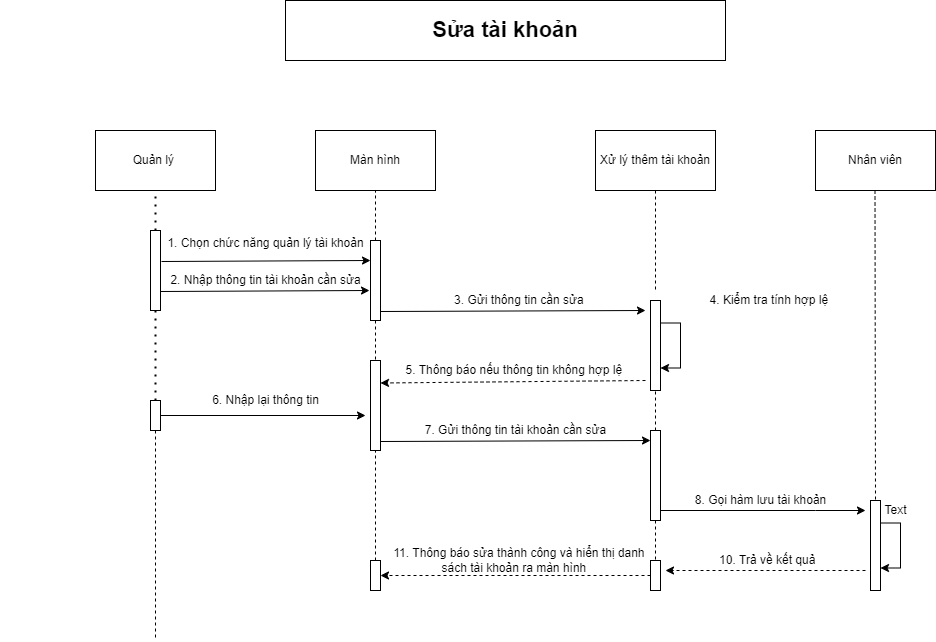
Earlier version of the draw.io export Word/Sequence_Acc_Bill/PNG/suaAcc.drawio.png (hungtadasuke/CoffeShop_SoftwareTechnology). Source tidied: cells renumbered, new cells last; positions are measured from the earlier drawing's top-left corner, leaving out a move shared by most shapes. Its diagram source:
```xml
<mxGraphModel>
  <root>
    <mxCell id="0" />
    <mxCell id="1" parent="0" />
    <mxCell id="2" value="&lt;b&gt;&lt;font style=&quot;font-size: 22px&quot;&gt;Sửa tài khoản&lt;/font&gt;&lt;/b&gt;" style="rounded=0;whiteSpace=wrap;html=1;" parent="1" vertex="1">
      <mxGeometry x="285" width="440" height="60" as="geometry" />
    </mxCell>
    <mxCell id="3" value="Quản lý&amp;nbsp;" style="rounded=0;whiteSpace=wrap;html=1;" parent="1" vertex="1">
      <mxGeometry x="95" y="130" width="120" height="60" as="geometry" />
    </mxCell>
    <mxCell id="4" value="Màn hình" style="rounded=0;whiteSpace=wrap;html=1;" parent="1" vertex="1">
      <mxGeometry x="315" y="130" width="120" height="60" as="geometry" />
    </mxCell>
    <mxCell id="5" value="Xử lý thêm tài khoản" style="rounded=0;whiteSpace=wrap;html=1;" parent="1" vertex="1">
      <mxGeometry x="595" y="130" width="120" height="60" as="geometry" />
    </mxCell>
    <mxCell id="6" value="Nhân viên" style="rounded=0;whiteSpace=wrap;html=1;" parent="1" vertex="1">
      <mxGeometry x="815" y="130" width="120" height="60" as="geometry" />
    </mxCell>
    <mxCell id="7" style="rounded=0;whiteSpace=wrap;html=1;" parent="1" vertex="1">
      <mxGeometry x="150" y="230" width="10" height="80" as="geometry" />
    </mxCell>
    <mxCell id="8" style="edgeStyle=orthogonalEdgeStyle;rounded=0;jettySize=auto;html=1;entryX=1;entryY=0.5;entryDx=0;entryDy=0;dashed=1;" parent="1" edge="1" source="9" target="16">
      <mxGeometry relative="1" as="geometry" />
    </mxCell>
    <mxCell id="9" style="rounded=0;whiteSpace=wrap;html=1;" parent="1" vertex="1">
      <mxGeometry x="650" y="560" width="10" height="30" as="geometry" />
    </mxCell>
    <mxCell id="10" style="rounded=0;whiteSpace=wrap;html=1;" parent="1" vertex="1">
      <mxGeometry x="370" y="360" width="10" height="90" as="geometry" />
    </mxCell>
    <mxCell id="11" style="rounded=0;whiteSpace=wrap;html=1;" parent="1" vertex="1">
      <mxGeometry x="370" y="240" width="10" height="80" as="geometry" />
    </mxCell>
    <mxCell id="12" style="edgeStyle=orthogonalEdgeStyle;rounded=0;jettySize=auto;html=1;exitX=1;exitY=1;exitDx=0;exitDy=0;" parent="1" edge="1" source="13">
      <mxGeometry relative="1" as="geometry">
        <mxPoint x="865" y="510" as="targetPoint" />
        <Array as="points">
          <mxPoint x="815" y="510" />
          <mxPoint x="815" y="510" />
        </Array>
      </mxGeometry>
    </mxCell>
    <mxCell id="13" style="rounded=0;whiteSpace=wrap;html=1;" parent="1" vertex="1">
      <mxGeometry x="650" y="430" width="10" height="90" as="geometry" />
    </mxCell>
    <mxCell id="14" style="rounded=0;whiteSpace=wrap;html=1;" parent="1" vertex="1">
      <mxGeometry x="650" y="300" width="10" height="90" as="geometry" />
    </mxCell>
    <mxCell id="15" style="rounded=0;whiteSpace=wrap;html=1;" parent="1" vertex="1">
      <mxGeometry x="870" y="500" width="10" height="90" as="geometry" />
    </mxCell>
    <mxCell id="16" style="rounded=0;whiteSpace=wrap;html=1;" parent="1" vertex="1">
      <mxGeometry x="370" y="560" width="10" height="30" as="geometry" />
    </mxCell>
    <mxCell id="17" style="rounded=0;whiteSpace=wrap;html=1;" parent="1" vertex="1">
      <mxGeometry x="150" y="400" width="10" height="30" as="geometry" />
    </mxCell>
    <mxCell id="18" style="endArrow=none;dashed=1;html=1;dashPattern=1 3;strokeWidth=2;rounded=0;entryX=0.5;entryY=1;entryDx=0;entryDy=0;exitX=0.5;exitY=0;exitDx=0;exitDy=0;" parent="1" edge="1" source="7" target="3">
      <mxGeometry relative="1" as="geometry" />
    </mxCell>
    <mxCell id="19" style="endArrow=none;dashed=1;html=1;dashPattern=1 3;strokeWidth=2;rounded=0;entryX=0.5;entryY=0;entryDx=0;entryDy=0;exitX=0.5;exitY=1;exitDx=0;exitDy=0;" parent="1" edge="1" source="7" target="17">
      <mxGeometry relative="1" as="geometry" />
    </mxCell>
    <mxCell id="20" style="endArrow=none;dashed=1;html=1;rounded=0;exitX=0.5;exitY=1;exitDx=0;exitDy=0;" parent="1" edge="1" source="17">
      <mxGeometry relative="1" as="geometry">
        <mxPoint x="155" y="640" as="targetPoint" />
      </mxGeometry>
    </mxCell>
    <mxCell id="21" style="endArrow=none;dashed=1;html=1;rounded=0;entryX=0.5;entryY=1;entryDx=0;entryDy=0;exitX=0.5;exitY=0;exitDx=0;exitDy=0;" parent="1" edge="1" source="11" target="4">
      <mxGeometry relative="1" as="geometry" />
    </mxCell>
    <mxCell id="22" style="endArrow=none;dashed=1;html=1;rounded=0;exitX=0.5;exitY=1;exitDx=0;exitDy=0;" parent="1" edge="1" source="5">
      <mxGeometry relative="1" as="geometry">
        <mxPoint x="655" y="290" as="targetPoint" />
      </mxGeometry>
    </mxCell>
    <mxCell id="23" style="endArrow=none;dashed=1;html=1;rounded=0;" parent="1" edge="1">
      <mxGeometry relative="1" as="geometry">
        <mxPoint x="375" y="560" as="sourcePoint" />
        <mxPoint x="375" y="450" as="targetPoint" />
      </mxGeometry>
    </mxCell>
    <mxCell id="24" style="endArrow=none;dashed=1;html=1;rounded=0;entryX=0.5;entryY=0;entryDx=0;entryDy=0;exitX=0.5;exitY=1;exitDx=0;exitDy=0;" parent="1" edge="1" source="11" target="10">
      <mxGeometry relative="1" as="geometry" />
    </mxCell>
    <mxCell id="25" style="endArrow=none;dashed=1;html=1;rounded=0;entryX=0.5;entryY=1;entryDx=0;entryDy=0;exitX=0.5;exitY=0;exitDx=0;exitDy=0;" parent="1" edge="1" source="13" target="14">
      <mxGeometry relative="1" as="geometry" />
    </mxCell>
    <mxCell id="26" style="endArrow=none;dashed=1;html=1;rounded=0;" parent="1" edge="1">
      <mxGeometry relative="1" as="geometry">
        <mxPoint x="655" y="520" as="sourcePoint" />
        <mxPoint x="655" y="560" as="targetPoint" />
      </mxGeometry>
    </mxCell>
    <mxCell id="27" style="endArrow=none;dashed=1;html=1;rounded=0;exitX=0.5;exitY=1;exitDx=0;exitDy=0;" parent="1" edge="1">
      <mxGeometry relative="1" as="geometry">
        <mxPoint x="874.5" y="190" as="sourcePoint" />
        <mxPoint x="875" y="500" as="targetPoint" />
      </mxGeometry>
    </mxCell>
    <mxCell id="28" style="edgeStyle=orthogonalEdgeStyle;rounded=0;orthogonalLoop=1;jettySize=auto;html=1;exitX=1;exitY=0.25;exitDx=0;exitDy=0;entryX=1;entryY=0.75;entryDx=0;entryDy=0;" parent="1" edge="1" source="14" target="14">
      <mxGeometry relative="1" as="geometry" />
    </mxCell>
    <mxCell id="29" style="edgeStyle=orthogonalEdgeStyle;rounded=0;orthogonalLoop=1;jettySize=auto;html=1;exitX=1;exitY=0.25;exitDx=0;exitDy=0;entryX=1;entryY=0.75;entryDx=0;entryDy=0;" parent="1" edge="1" source="15" target="15">
      <mxGeometry relative="1" as="geometry" />
    </mxCell>
    <mxCell id="30" style="endArrow=classic;html=1;rounded=0;exitX=1;exitY=0.5;exitDx=0;exitDy=0;" parent="1" edge="1" source="17">
      <mxGeometry relative="1" as="geometry">
        <mxPoint x="365" y="415" as="targetPoint" />
      </mxGeometry>
    </mxCell>
    <mxCell id="31" style="endArrow=classic;html=1;rounded=0;exitX=1;exitY=0.5;exitDx=0;exitDy=0;entryX=-0.1;entryY=0.675;entryDx=0;entryDy=0;entryPerimeter=0;" parent="1" edge="1">
      <mxGeometry relative="1" as="geometry">
        <mxPoint x="161" y="261" as="sourcePoint" />
        <mxPoint x="370" y="260" as="targetPoint" />
      </mxGeometry>
    </mxCell>
    <mxCell id="32" style="endArrow=classic;html=1;rounded=0;exitX=1;exitY=0.5;exitDx=0;exitDy=0;entryX=-0.1;entryY=0.675;entryDx=0;entryDy=0;entryPerimeter=0;" parent="1" edge="1">
      <mxGeometry relative="1" as="geometry">
        <mxPoint x="160" y="291" as="sourcePoint" />
        <mxPoint x="369" y="290" as="targetPoint" />
      </mxGeometry>
    </mxCell>
    <mxCell id="33" style="endArrow=classic;html=1;rounded=0;exitX=1;exitY=0.5;exitDx=0;exitDy=0;" parent="1" edge="1">
      <mxGeometry relative="1" as="geometry">
        <mxPoint x="380" y="311" as="sourcePoint" />
        <mxPoint x="645" y="310" as="targetPoint" />
      </mxGeometry>
    </mxCell>
    <mxCell id="34" style="endArrow=classic;html=1;rounded=0;exitX=1;exitY=0.5;exitDx=0;exitDy=0;entryX=0;entryY=0;entryDx=0;entryDy=0;" parent="1" edge="1">
      <mxGeometry relative="1" as="geometry">
        <mxPoint x="380" y="441" as="sourcePoint" />
        <mxPoint x="650" y="440" as="targetPoint" />
      </mxGeometry>
    </mxCell>
    <mxCell id="35" style="endArrow=classic;html=1;rounded=0;entryX=1;entryY=0.25;entryDx=0;entryDy=0;dashed=1;" parent="1" edge="1" target="10">
      <mxGeometry relative="1" as="geometry">
        <mxPoint x="645" y="380" as="sourcePoint" />
      </mxGeometry>
    </mxCell>
    <mxCell id="36" style="endArrow=classic;html=1;rounded=0;dashed=1;" parent="1" edge="1">
      <mxGeometry relative="1" as="geometry">
        <mxPoint x="865" y="570" as="sourcePoint" />
        <mxPoint x="665" y="570" as="targetPoint" />
      </mxGeometry>
    </mxCell>
    <mxCell id="37" value="&lt;font style=&quot;font-size: 12px&quot;&gt;&amp;nbsp; &amp;nbsp; &amp;nbsp; &amp;nbsp; &amp;nbsp; &amp;nbsp; &amp;nbsp; &amp;nbsp; &amp;nbsp; &amp;nbsp; &amp;nbsp; &amp;nbsp; &amp;nbsp; &amp;nbsp; &amp;nbsp; &amp;nbsp; &amp;nbsp; &amp;nbsp; &amp;nbsp; &amp;nbsp; &amp;nbsp; 1. Chọn chức năng quản lý tài khoản&lt;/font&gt;" style="text;html=1;align=center;verticalAlign=middle;strokeColor=none;fillColor=none;fontSize=22;" parent="1" vertex="1">
      <mxGeometry x="20" y="220" width="350" height="40" as="geometry" />
    </mxCell>
    <mxCell id="38" value="&amp;nbsp; &amp;nbsp; &amp;nbsp; &amp;nbsp; &amp;nbsp; &amp;nbsp; &amp;nbsp; &amp;nbsp; &amp;nbsp; &amp;nbsp; &amp;nbsp; &amp;nbsp; &amp;nbsp; &amp;nbsp; &amp;nbsp; &amp;nbsp; &amp;nbsp; &amp;nbsp; &amp;nbsp; &amp;nbsp; &amp;nbsp; &amp;nbsp; &amp;nbsp; &amp;nbsp; 2. Nhập thông tin tài khoản cần sửa" style="text;html=1;align=center;verticalAlign=middle;strokeColor=none;fillColor=none;fontSize=12;" parent="1" vertex="1">
      <mxGeometry y="270" width="370" height="20" as="geometry" />
    </mxCell>
    <mxCell id="39" value="&amp;nbsp; &amp;nbsp; &amp;nbsp; &amp;nbsp; &amp;nbsp; &amp;nbsp; &amp;nbsp; &amp;nbsp; &amp;nbsp; &amp;nbsp; &amp;nbsp; &amp;nbsp; &amp;nbsp; &amp;nbsp; &amp;nbsp; &amp;nbsp; &amp;nbsp; &amp;nbsp; &amp;nbsp; &amp;nbsp; &amp;nbsp; &amp;nbsp; &amp;nbsp; &amp;nbsp; &amp;nbsp; &amp;nbsp; &amp;nbsp; 6. Nhập lại thông tin" style="text;html=1;align=center;verticalAlign=middle;strokeColor=none;fillColor=none;fontSize=12;" parent="1" vertex="1">
      <mxGeometry x="25" y="390" width="300" height="20" as="geometry" />
    </mxCell>
    <mxCell id="40" value="&amp;nbsp; &amp;nbsp; &amp;nbsp; &amp;nbsp; &amp;nbsp; &amp;nbsp; &amp;nbsp; &amp;nbsp; &amp;nbsp; &amp;nbsp; &amp;nbsp; &amp;nbsp; &amp;nbsp; &amp;nbsp; &amp;nbsp; &amp;nbsp; &amp;nbsp; &amp;nbsp; &amp;nbsp; &amp;nbsp; &amp;nbsp; &amp;nbsp; &amp;nbsp; &amp;nbsp; &amp;nbsp; &amp;nbsp; &amp;nbsp; &amp;nbsp; &amp;nbsp; &amp;nbsp; &amp;nbsp; &amp;nbsp; &amp;nbsp; &amp;nbsp; &amp;nbsp; &amp;nbsp; &amp;nbsp; 3. Gửi thông tin cần sửa" style="text;html=1;align=center;verticalAlign=middle;strokeColor=none;fillColor=none;fontSize=12;" parent="1" vertex="1">
      <mxGeometry x="200" y="290" width="390" height="20" as="geometry" />
    </mxCell>
    <mxCell id="41" value="&amp;nbsp; &amp;nbsp; &amp;nbsp; &amp;nbsp; &amp;nbsp; &amp;nbsp; &amp;nbsp; &amp;nbsp; &amp;nbsp; &amp;nbsp; &amp;nbsp; &amp;nbsp; &amp;nbsp; &amp;nbsp; &amp;nbsp; &amp;nbsp; &amp;nbsp; &amp;nbsp; &amp;nbsp; &amp;nbsp; &amp;nbsp; &amp;nbsp; &amp;nbsp; &amp;nbsp; &amp;nbsp; &amp;nbsp; &amp;nbsp; &amp;nbsp; &amp;nbsp; &amp;nbsp; &amp;nbsp; &amp;nbsp; &amp;nbsp;5.&amp;nbsp;Thông báo nếu thông tin không hợp lệ" style="text;html=1;align=center;verticalAlign=middle;strokeColor=none;fillColor=none;fontSize=12;" parent="1" vertex="1">
      <mxGeometry x="180" y="360" width="450" height="20" as="geometry" />
    </mxCell>
    <mxCell id="42" value="&amp;nbsp; &amp;nbsp; &amp;nbsp; &amp;nbsp; &amp;nbsp; &amp;nbsp; &amp;nbsp; &amp;nbsp; &amp;nbsp; &amp;nbsp; &amp;nbsp; &amp;nbsp; &amp;nbsp; &amp;nbsp; &amp;nbsp; &amp;nbsp; &amp;nbsp; &amp;nbsp; &amp;nbsp; &amp;nbsp; &amp;nbsp; &amp;nbsp; &amp;nbsp; &amp;nbsp; &amp;nbsp; &amp;nbsp; &amp;nbsp; &amp;nbsp; &amp;nbsp; &amp;nbsp; &amp;nbsp; &amp;nbsp; &amp;nbsp; 7. Gửi thông tin tài khoản cần sửa" style="text;html=1;align=center;verticalAlign=middle;strokeColor=none;fillColor=none;fontSize=12;" parent="1" vertex="1">
      <mxGeometry x="195" y="420" width="420" height="20" as="geometry" />
    </mxCell>
    <mxCell id="43" value="&amp;nbsp; &amp;nbsp; &amp;nbsp; &amp;nbsp; &amp;nbsp; &amp;nbsp; &amp;nbsp; &amp;nbsp; &amp;nbsp; &amp;nbsp; &amp;nbsp; &amp;nbsp; &amp;nbsp; &amp;nbsp; &amp;nbsp; &amp;nbsp; &amp;nbsp; &amp;nbsp; &amp;nbsp; &amp;nbsp; &amp;nbsp; &amp;nbsp; &amp;nbsp; &amp;nbsp; &amp;nbsp; &amp;nbsp; &amp;nbsp; &amp;nbsp; &amp;nbsp; &amp;nbsp; &amp;nbsp; &amp;nbsp; &amp;nbsp; &amp;nbsp; &amp;nbsp; &amp;nbsp; &amp;nbsp; 11. Thông báo sửa thành công và hiển thị danh&lt;br&gt;&amp;nbsp; &amp;nbsp; &amp;nbsp; &amp;nbsp; &amp;nbsp; &amp;nbsp; &amp;nbsp; &amp;nbsp; &amp;nbsp; &amp;nbsp; &amp;nbsp; &amp;nbsp; &amp;nbsp; &amp;nbsp; &amp;nbsp; &amp;nbsp; &amp;nbsp; &amp;nbsp; &amp;nbsp; &amp;nbsp; &amp;nbsp; &amp;nbsp; &amp;nbsp; &amp;nbsp; &amp;nbsp; &amp;nbsp; &amp;nbsp; &amp;nbsp; &amp;nbsp; &amp;nbsp; &amp;nbsp; &amp;nbsp; &amp;nbsp; &amp;nbsp; &amp;nbsp; &amp;nbsp;sách tài khoản ra màn hình" style="text;html=1;align=center;verticalAlign=middle;strokeColor=none;fillColor=none;fontSize=12;" parent="1" vertex="1">
      <mxGeometry x="140" y="545" width="510" height="30" as="geometry" />
    </mxCell>
    <mxCell id="44" value="&amp;nbsp; &amp;nbsp; &amp;nbsp; &amp;nbsp; &amp;nbsp; &amp;nbsp; &amp;nbsp; &amp;nbsp; &amp;nbsp; &amp;nbsp; &amp;nbsp; &amp;nbsp; &amp;nbsp; &amp;nbsp; &amp;nbsp; &amp;nbsp; &amp;nbsp; &amp;nbsp; &amp;nbsp; &amp;nbsp; &amp;nbsp; &amp;nbsp; 4. Kiểm tra tính hợp lệ" style="text;html=1;align=center;verticalAlign=middle;strokeColor=none;fillColor=none;fontSize=12;" parent="1" vertex="1">
      <mxGeometry x="555" y="290" width="280" height="20" as="geometry" />
    </mxCell>
    <mxCell id="45" value="&amp;nbsp; &amp;nbsp; &amp;nbsp; &amp;nbsp; &amp;nbsp; &amp;nbsp; &amp;nbsp; &amp;nbsp; &amp;nbsp; &amp;nbsp; &amp;nbsp; &amp;nbsp; &amp;nbsp; &amp;nbsp; &amp;nbsp; &amp;nbsp; &amp;nbsp; &amp;nbsp; &amp;nbsp; &amp;nbsp; &amp;nbsp; &amp;nbsp; &amp;nbsp;8. Gọi hàm lưu tài khoản" style="text;html=1;align=center;verticalAlign=middle;strokeColor=none;fillColor=none;fontSize=12;" parent="1" vertex="1">
      <mxGeometry x="535" y="490" width="300" height="20" as="geometry" />
    </mxCell>
    <mxCell id="46" value="&amp;nbsp; &amp;nbsp; &amp;nbsp; &amp;nbsp; &amp;nbsp; &amp;nbsp; &amp;nbsp; &amp;nbsp; &amp;nbsp; &amp;nbsp; &amp;nbsp; &amp;nbsp; &amp;nbsp; &amp;nbsp; &amp;nbsp; &amp;nbsp; &amp;nbsp; &amp;nbsp; &amp;nbsp; &amp;nbsp; &amp;nbsp; &amp;nbsp; &amp;nbsp; &amp;nbsp; &amp;nbsp;10. Trả về kết quả" style="text;html=1;align=center;verticalAlign=middle;strokeColor=none;fillColor=none;fontSize=12;" parent="1" vertex="1">
      <mxGeometry x="550" y="550" width="270" height="20" as="geometry" />
    </mxCell>
    <mxCell id="47" value="Text" style="text;html=1;align=center;verticalAlign=middle;strokeColor=none;fillColor=none;fontSize=12;" parent="1" vertex="1">
      <mxGeometry x="875" y="500" width="40" height="20" as="geometry" />
    </mxCell>
  </root>
</mxGraphModel>
```
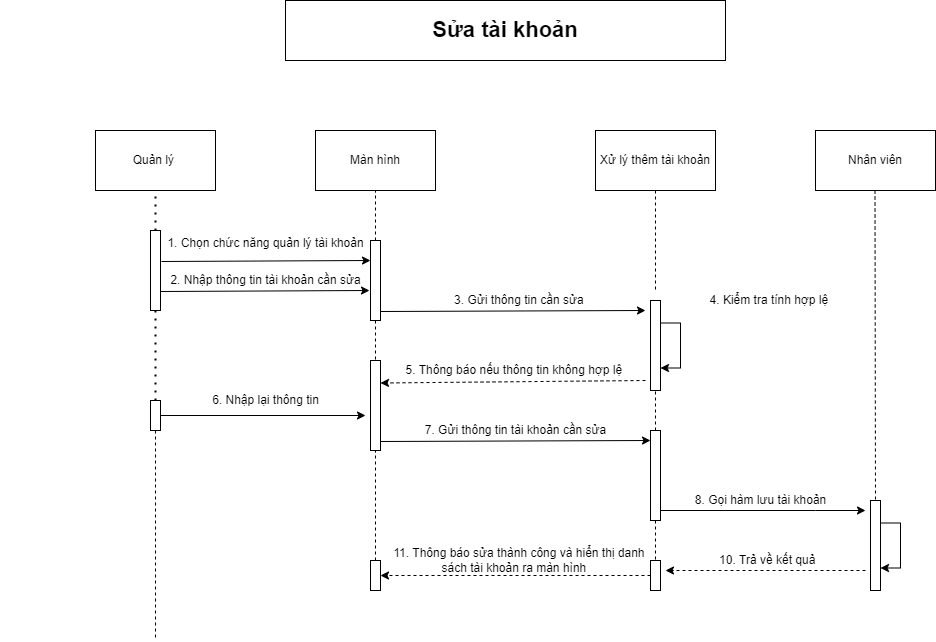
After the commit.

The edit, as a diff of the source:
```diff
@@ -175,8 +175,5 @@
     <mxCell id="46" value="&amp;nbsp; &amp;nbsp; &amp;nbsp; &amp;nbsp; &amp;nbsp; &amp;nbsp; &amp;nbsp; &amp;nbsp; &amp;nbsp; &amp;nbsp; &amp;nbsp; &amp;nbsp; &amp;nbsp; &amp;nbsp; &amp;nbsp; &amp;nbsp; &amp;nbsp; &amp;nbsp; &amp;nbsp; &amp;nbsp; &amp;nbsp; &amp;nbsp; &amp;nbsp; &amp;nbsp; &amp;nbsp;10. Trả về kết quả" style="text;html=1;align=center;verticalAlign=middle;strokeColor=none;fillColor=none;fontSize=12;" parent="1" vertex="1">
       <mxGeometry x="550" y="550" width="270" height="20" as="geometry" />
     </mxCell>
-    <mxCell id="47" value="Text" style="text;html=1;align=center;verticalAlign=middle;strokeColor=none;fillColor=none;fontSize=12;" parent="1" vertex="1">
-      <mxGeometry x="875" y="500" width="40" height="20" as="geometry" />
-    </mxCell>
   </root>
 </mxGraphModel>
```
